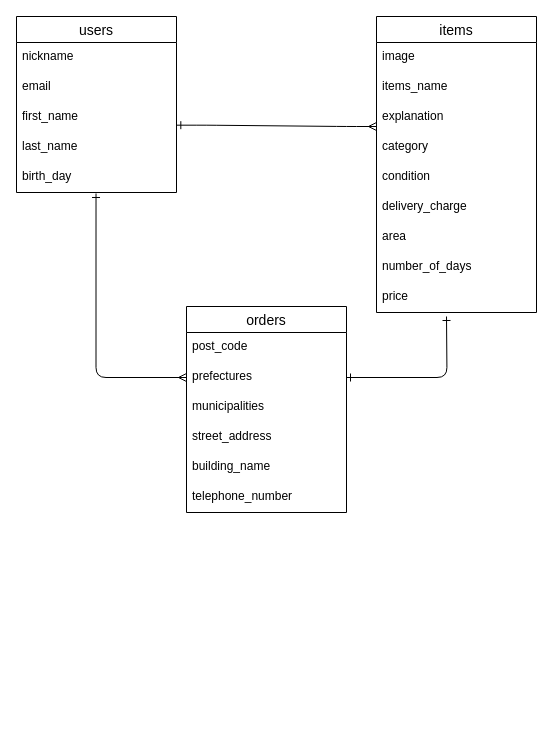
Above: er.dio in yuyunaginagi/furima-40237 (draw.io), before the change. Source tidied: cells renumbered, new cells numbered last; positions are measured from the earlier drawing's top-left corner, leaving out a move shared by most shapes. Both pictures are drawn from the tidied source at 100%, with x=0, y=0 at pixel (16, 16).
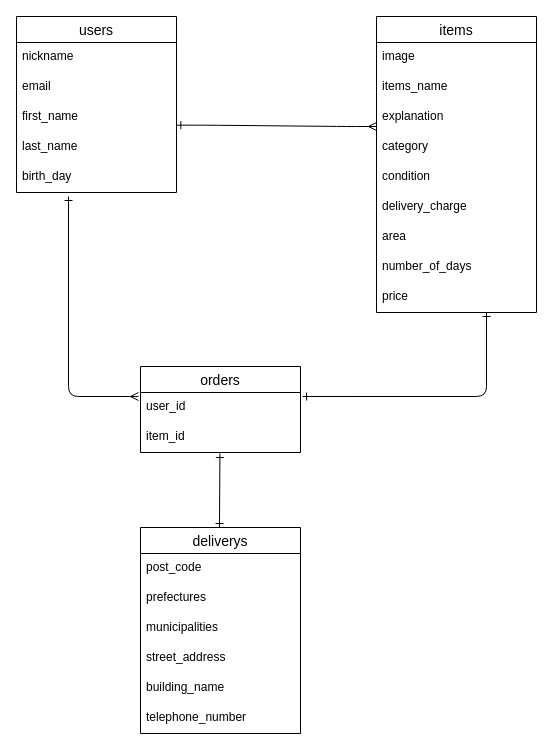
Above is the later version.

Commit message (it also covers changes not shown here):
ER図の作成とDB設計の記述3

Unchanged cells that the change refers to:
```xml
<mxCell id="7" value="birth_day" style="text;strokeColor=none;fillColor=none;spacingLeft=4;spacingRight=4;overflow=hidden;points=[[0,0.5],[1,0.5]];portConstraint=eastwest;fontSize=12;" parent="2" vertex="1">
  <mxGeometry y="146" width="160" height="30" as="geometry" />
</mxCell>
<mxCell id="20" value="prefectures" style="text;strokeColor=none;fillColor=none;spacingLeft=4;spacingRight=4;overflow=hidden;points=[[0,0.5],[1,0.5]];portConstraint=eastwest;fontSize=12;" parent="18" vertex="1">
  <mxGeometry y="56" width="160" height="30" as="geometry" />
</mxCell>
```

Change to the diagram source:
```diff
@@
-    <mxCell id="18" value="orders" style="swimlane;fontStyle=0;horizontal=1;startSize=26;align=center;fontSize=14;" parent="1" vertex="1">
-      <mxGeometry x="170" y="290" width="160" height="206" as="geometry" />
+    <mxCell id="18" value="deliverys" style="swimlane;fontStyle=0;horizontal=1;startSize=26;align=center;fontSize=14;" parent="1" vertex="1">
+      <mxGeometry x="124" y="511" width="160" height="206" as="geometry" />
     </mxCell>
@@
-    <mxCell id="26" style="edgeStyle=orthogonalEdgeStyle;fontSize=12;html=1;endArrow=ERmany;startArrow=ERone;exitX=0.497;exitY=1.033;exitDx=0;exitDy=0;exitPerimeter=0;strokeWidth=1;startFill=0;endFill=0;entryX=0;entryY=0.5;entryDx=0;entryDy=0;" parent="1" edge="1" source="7" target="20">
-      <mxGeometry relative="1" as="geometry" />
+    <mxCell id="26" style="edgeStyle=orthogonalEdgeStyle;fontSize=12;html=1;endArrow=ERmany;startArrow=ERone;strokeWidth=1;startFill=0;endFill=0;" parent="1" edge="1">
+      <mxGeometry relative="1" as="geometry">
+        <mxPoint x="52" y="180" as="sourcePoint" />
+        <mxPoint x="122" y="380" as="targetPoint" />
+        <Array as="points">
+          <mxPoint x="52" y="380" />
+        </Array>
+      </mxGeometry>
     </mxCell>
-    <mxCell id="27" style="edgeStyle=orthogonalEdgeStyle;fontSize=12;html=1;endArrow=ERone;startArrow=ERone;strokeWidth=1;startFill=0;endFill=0;entryX=1;entryY=0.5;entryDx=0;entryDy=0;" parent="1" edge="1" target="20">
+    <mxCell id="27" style="edgeStyle=orthogonalEdgeStyle;fontSize=12;html=1;endArrow=ERone;startArrow=ERone;strokeWidth=1;startFill=0;endFill=0;entryX=1.013;entryY=0.133;entryDx=0;entryDy=0;entryPerimeter=0;" parent="1" edge="1" target="29">
       <mxGeometry relative="1" as="geometry">
-        <mxPoint x="430" y="300" as="sourcePoint" />
+        <mxPoint x="470" y="296" as="sourcePoint" />
+        <Array as="points">
+          <mxPoint x="470" y="380" />
+        </Array>
       </mxGeometry>
     </mxCell>
+    <mxCell id="28" value="orders" style="swimlane;fontStyle=0;horizontal=1;startSize=26;align=center;fontSize=14;" parent="1" vertex="1">
+      <mxGeometry x="124" y="350" width="160" height="86" as="geometry" />
+    </mxCell>
+    <mxCell id="29" value="user_id" style="text;strokeColor=none;fillColor=none;spacingLeft=4;spacingRight=4;overflow=hidden;points=[[0,0.5],[1,0.5]];portConstraint=eastwest;fontSize=12;" parent="28" vertex="1">
+      <mxGeometry y="26" width="160" height="30" as="geometry" />
+    </mxCell>
+    <mxCell id="30" value="item_id" style="text;strokeColor=none;fillColor=none;spacingLeft=4;spacingRight=4;overflow=hidden;fontSize=12;" parent="28" vertex="1">
+      <mxGeometry y="56" width="160" height="30" as="geometry" />
+    </mxCell>
+    <mxCell id="31" style="endArrow=ERone;html=1;rounded=0;startArrow=ERone;startFill=0;endFill=0;" parent="1" edge="1">
+      <mxGeometry relative="1" as="geometry">
+        <mxPoint x="203" y="511" as="sourcePoint" />
+        <mxPoint x="203.4" y="437" as="targetPoint" />
+      </mxGeometry>
+    </mxCell>
```
